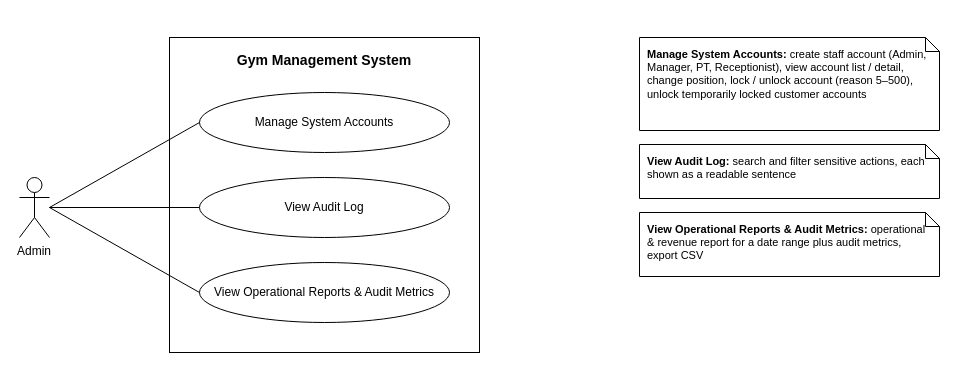
This is docs/srs-update/uc-diagrams/UC_Admin.drawio from Thomas-luckyclover/gym-management-system, a draw.io file, before an edit. Source tidied: cells renumbered, new cells numbered last; positions are measured from the earlier drawing's top-left corner, leaving out a move shared by most shapes. Both pictures are drawn from the tidied source at 100%, with x=0, y=0 at pixel (19, 37).
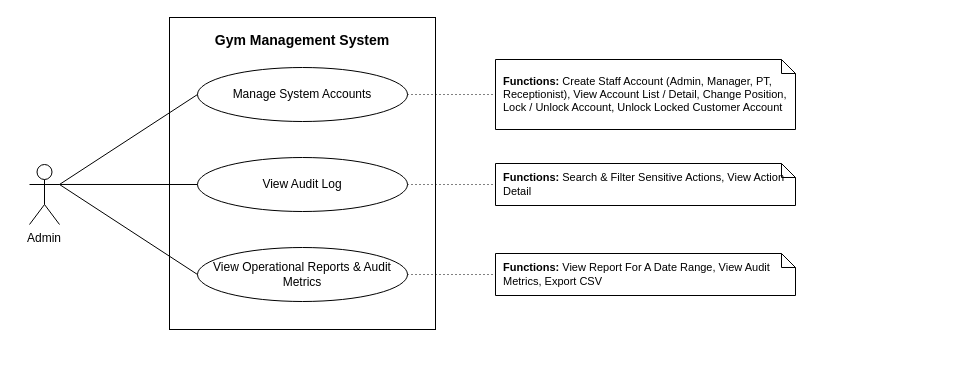
After the change.

Diff of the diagram source:
```diff
@@
 <mxGraphModel background="#FFFFFF">
   <root>
     <mxCell id="0" />
     <mxCell id="1" parent="0" />
     <mxCell id="2" value="Gym Management System" style="rounded=0;whiteSpace=wrap;html=1;fillColor=#FFFFFF;strokeColor=#000000;verticalAlign=top;align=center;fontStyle=1;spacingTop=8;fontFamily=Helvetica;fontSize=14;" parent="1" vertex="1">
-      <mxGeometry x="150" width="310" height="315" as="geometry" />
+      <mxGeometry x="150" y="-20" width="266" height="312" as="geometry" />
     </mxCell>
     <mxCell id="3" value="Manage System Accounts" style="ellipse;whiteSpace=wrap;html=1;fillColor=#FFFFFF;strokeColor=#000000;fontFamily=Helvetica;fontSize=12;" parent="1" vertex="1">
-      <mxGeometry x="180" y="55" width="250" height="60" as="geometry" />
+      <mxGeometry x="178" y="30" width="210" height="54" as="geometry" />
     </mxCell>
     <mxCell id="4" value="View Audit Log" style="ellipse;whiteSpace=wrap;html=1;fillColor=#FFFFFF;strokeColor=#000000;fontFamily=Helvetica;fontSize=12;" parent="1" vertex="1">
-      <mxGeometry x="180" y="140" width="250" height="60" as="geometry" />
+      <mxGeometry x="178" y="120" width="210" height="54" as="geometry" />
     </mxCell>
     <mxCell id="5" value="View Operational Reports &amp; Audit Metrics" style="ellipse;whiteSpace=wrap;html=1;fillColor=#FFFFFF;strokeColor=#000000;fontFamily=Helvetica;fontSize=12;" parent="1" vertex="1">
-      <mxGeometry x="180" y="225" width="250" height="60" as="geometry" />
+      <mxGeometry x="178" y="210" width="210" height="54" as="geometry" />
     </mxCell>
     <mxCell id="6" value="Admin" style="shape=umlActor;verticalLabelPosition=bottom;verticalAlign=top;html=1;outlineConnect=0;fillColor=#FFFFFF;strokeColor=#000000;whiteSpace=wrap;fontFamily=Helvetica;fontSize=12;" parent="1" vertex="1">
-      <mxGeometry y="140" width="30" height="60" as="geometry" />
+      <mxGeometry x="10" y="127" width="30" height="60" as="geometry" />
     </mxCell>
-    <mxCell id="7" style="html=1;rounded=0;strokeColor=#000000;endArrow=none;exitX=1;exitY=0.5;exitDx=0;exitDy=0;entryX=0;entryY=0.5;entryDx=0;entryDy=0;" parent="1" edge="1" source="6" target="3">
+    <mxCell id="7" style="html=1;rounded=0;strokeColor=#000000;endArrow=none;exitX=1;exitY=0.333;exitDx=0;exitDy=0;entryX=0;entryY=0.5;entryDx=0;entryDy=0;" parent="1" edge="1" source="6" target="3">
       <mxGeometry relative="1" as="geometry" />
     </mxCell>
-    <mxCell id="8" style="html=1;rounded=0;strokeColor=#000000;endArrow=none;exitX=1;exitY=0.5;exitDx=0;exitDy=0;entryX=0;entryY=0.5;entryDx=0;entryDy=0;" parent="1" edge="1" source="6" target="4">
+    <mxCell id="8" style="html=1;rounded=0;strokeColor=#000000;endArrow=none;exitX=1;exitY=0.333;exitDx=0;exitDy=0;entryX=0;entryY=0.5;entryDx=0;entryDy=0;" parent="1" edge="1" source="6" target="4">
       <mxGeometry relative="1" as="geometry" />
     </mxCell>
-    <mxCell id="9" style="html=1;rounded=0;strokeColor=#000000;endArrow=none;exitX=1;exitY=0.5;exitDx=0;exitDy=0;entryX=0;entryY=0.5;entryDx=0;entryDy=0;" parent="1" edge="1" source="6" target="5">
+    <mxCell id="9" style="html=1;rounded=0;strokeColor=#000000;endArrow=none;exitX=1;exitY=0.333;exitDx=0;exitDy=0;entryX=0;entryY=0.5;entryDx=0;entryDy=0;" parent="1" edge="1" source="6" target="5">
       <mxGeometry relative="1" as="geometry" />
     </mxCell>
-    <mxCell id="10" value="&lt;b&gt;Manage System Accounts:&lt;/b&gt; create staff account (Admin, Manager, PT, Receptionist), view account list / detail, change position, lock / unlock account (reason 5–500), unlock temporarily locked customer accounts" style="shape=note;size=14;whiteSpace=wrap;html=1;fillColor=#FFFFFF;strokeColor=#000000;align=left;verticalAlign=top;spacingLeft=6;spacingRight=6;spacingTop=4;fontFamily=Helvetica;fontSize=11;" parent="1" vertex="1">
-      <mxGeometry x="620" width="300" height="93" as="geometry" />
+    <mxCell id="10" value="&lt;b&gt;Functions:&lt;/b&gt; Create Staff Account (Admin, Manager, PT, Receptionist), View Account List / Detail, Change Position, Lock / Unlock Account, Unlock Locked Customer Account" style="shape=note;size=14;whiteSpace=wrap;html=1;fillColor=#FFFFFF;strokeColor=#000000;align=left;verticalAlign=middle;spacingLeft=6;spacingRight=6;fontFamily=Helvetica;fontSize=11;" parent="1" vertex="1">
+      <mxGeometry x="476" y="22" width="300" height="70" as="geometry" />
     </mxCell>
+    <mxCell id="13" style="html=1;rounded=0;strokeColor=#000000;endArrow=none;dashed=1;dashPattern=1 3;exitX=1;exitY=0.5;exitDx=0;exitDy=0;entryX=0;entryY=0.5;entryDx=0;entryDy=0;" parent="1" edge="1" source="3" target="10">
+      <mxGeometry relative="1" as="geometry" />
+    </mxCell>
-    <mxCell id="11" value="&lt;b&gt;View Audit Log:&lt;/b&gt; search and filter sensitive actions, each shown as a readable sentence" style="shape=note;size=14;whiteSpace=wrap;html=1;fillColor=#FFFFFF;strokeColor=#000000;align=left;verticalAlign=top;spacingLeft=6;spacingRight=6;spacingTop=4;fontFamily=Helvetica;fontSize=11;" parent="1" vertex="1">
-      <mxGeometry x="620" y="107" width="300" height="54" as="geometry" />
+    <mxCell id="11" value="&lt;b&gt;Functions:&lt;/b&gt; Search &amp; Filter Sensitive Actions, View Action Detail" style="shape=note;size=14;whiteSpace=wrap;html=1;fillColor=#FFFFFF;strokeColor=#000000;align=left;verticalAlign=middle;spacingLeft=6;spacingRight=6;fontFamily=Helvetica;fontSize=11;" parent="1" vertex="1">
+      <mxGeometry x="476" y="126" width="300" height="42" as="geometry" />
     </mxCell>
+    <mxCell id="14" style="html=1;rounded=0;strokeColor=#000000;endArrow=none;dashed=1;dashPattern=1 3;exitX=1;exitY=0.5;exitDx=0;exitDy=0;entryX=0;entryY=0.5;entryDx=0;entryDy=0;" parent="1" edge="1" source="4" target="11">
+      <mxGeometry relative="1" as="geometry" />
+    </mxCell>
-    <mxCell id="12" value="&lt;b&gt;View Operational Reports &amp; Audit Metrics:&lt;/b&gt; operational &amp; revenue report for a date range plus audit metrics, export CSV" style="shape=note;size=14;whiteSpace=wrap;html=1;fillColor=#FFFFFF;strokeColor=#000000;align=left;verticalAlign=top;spacingLeft=6;spacingRight=6;spacingTop=4;fontFamily=Helvetica;fontSize=11;" parent="1" vertex="1">
-      <mxGeometry x="620" y="175" width="300" height="64" as="geometry" />
+    <mxCell id="12" value="&lt;b&gt;Functions:&lt;/b&gt; View Report For A Date Range, View Audit Metrics, Export CSV" style="shape=note;size=14;whiteSpace=wrap;html=1;fillColor=#FFFFFF;strokeColor=#000000;align=left;verticalAlign=middle;spacingLeft=6;spacingRight=6;fontFamily=Helvetica;fontSize=11;" parent="1" vertex="1">
+      <mxGeometry x="476" y="216" width="300" height="42" as="geometry" />
     </mxCell>
+    <mxCell id="15" style="html=1;rounded=0;strokeColor=#000000;endArrow=none;dashed=1;dashPattern=1 3;exitX=1;exitY=0.5;exitDx=0;exitDy=0;entryX=0;entryY=0.5;entryDx=0;entryDy=0;" parent="1" edge="1" source="5" target="12">
+      <mxGeometry relative="1" as="geometry" />
+    </mxCell>
   </root>
 </mxGraphModel>
```
